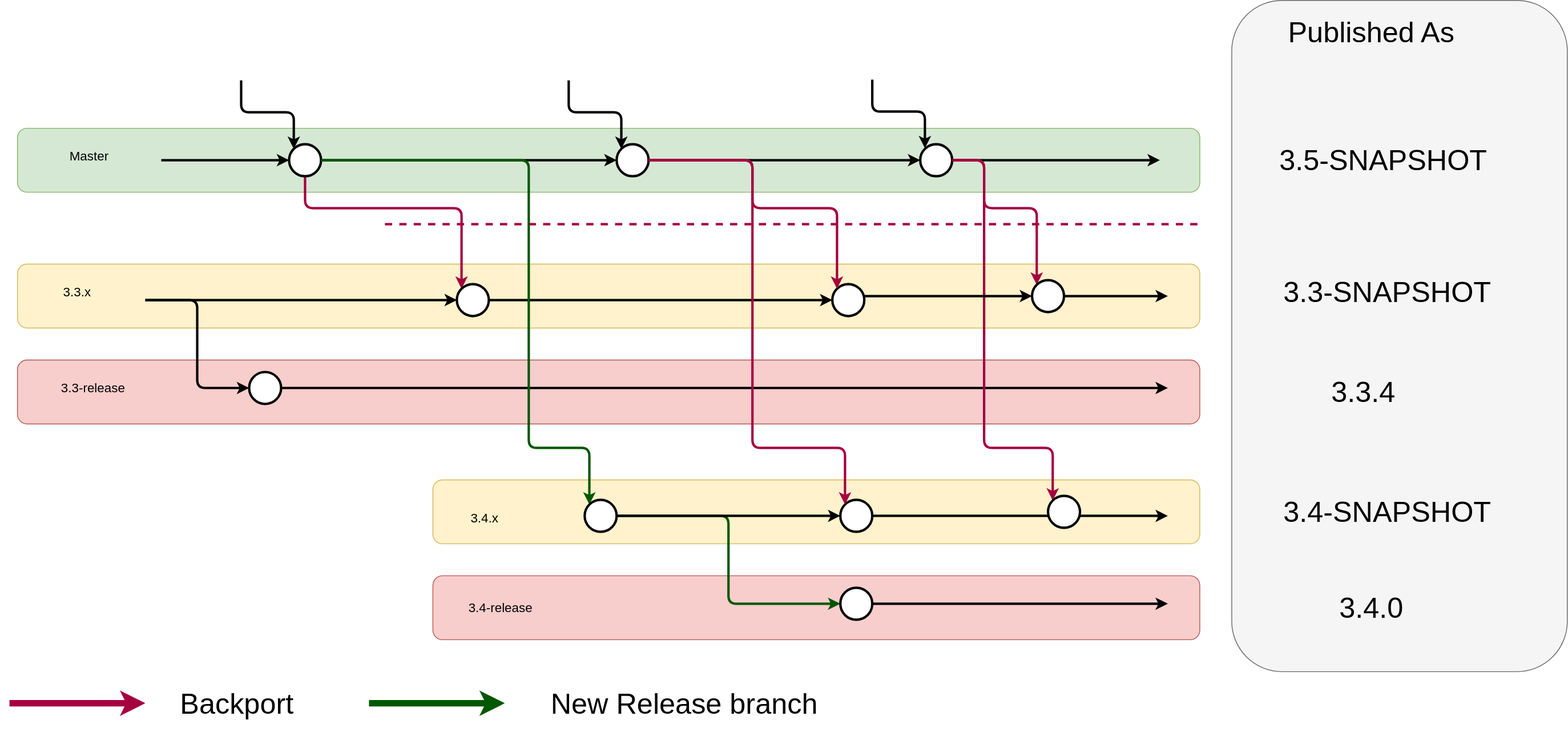
This is docs/images/release-publish-model.svg from ucbjrl/chisel-repo-tools, a draw.io export, as it was before one commit. Source tidied: cells renumbered, new cells last; positions are measured from the earlier drawing's top-left corner, leaving out a move shared by most shapes.
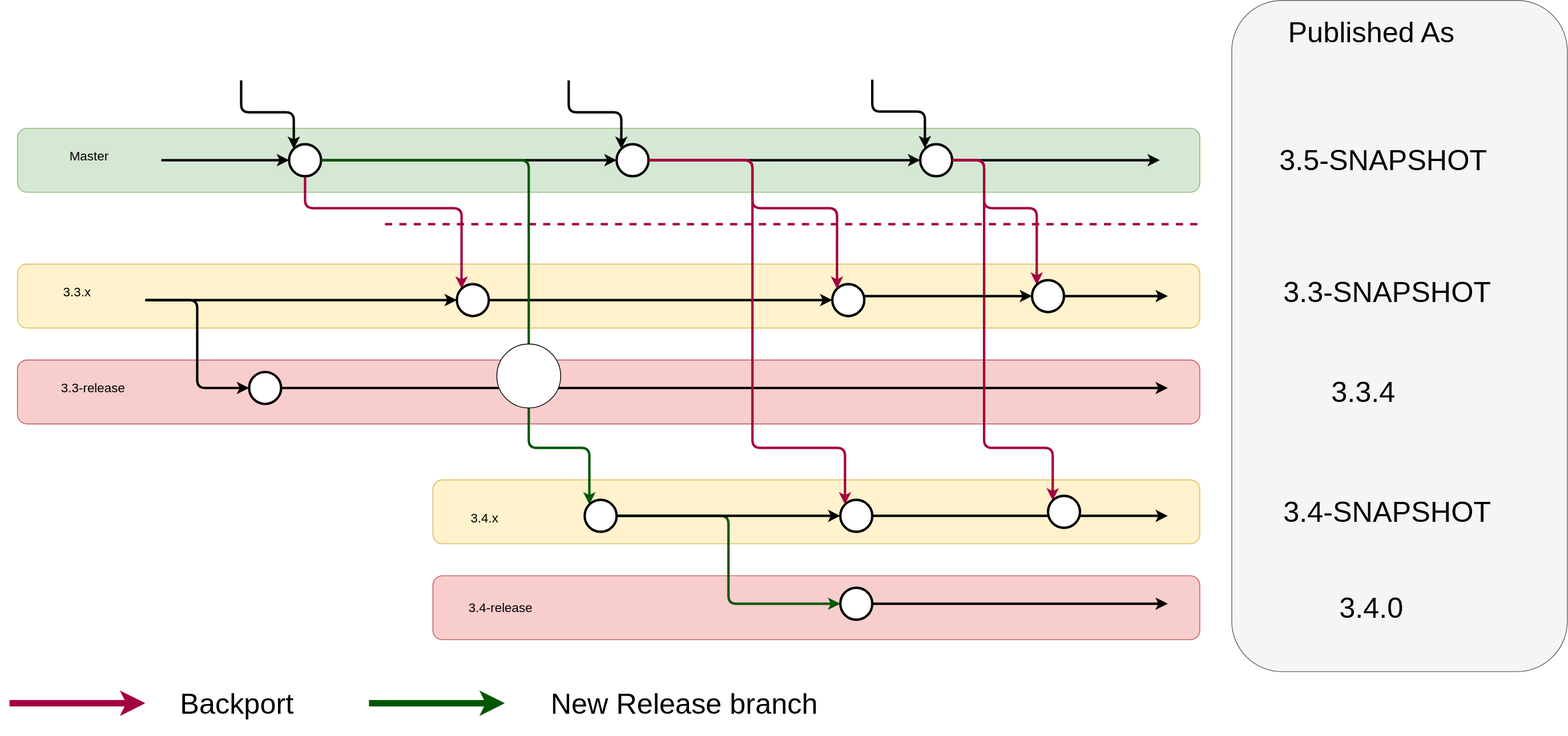
The same diagram one commit later.

The edit, as a diff of the source:
```diff
@@ -271,5 +271,8 @@
     <mxCell id="57" value="&lt;font style=&quot;font-size: 36px&quot;&gt;3.4.0&lt;br&gt;&lt;/font&gt;" style="text;html=1;strokeColor=none;fillColor=none;align=center;verticalAlign=middle;whiteSpace=wrap;rounded=0;" parent="1" vertex="1">
       <mxGeometry x="1570" y="720" width="270" height="80" as="geometry" />
     </mxCell>
+    <mxCell id="58" style="ellipse;whiteSpace=wrap;html=1;" parent="1" vertex="1">
+      <mxGeometry x="610" y="430" width="80" height="80" as="geometry" />
+    </mxCell>
   </root>
 </mxGraphModel>
```
